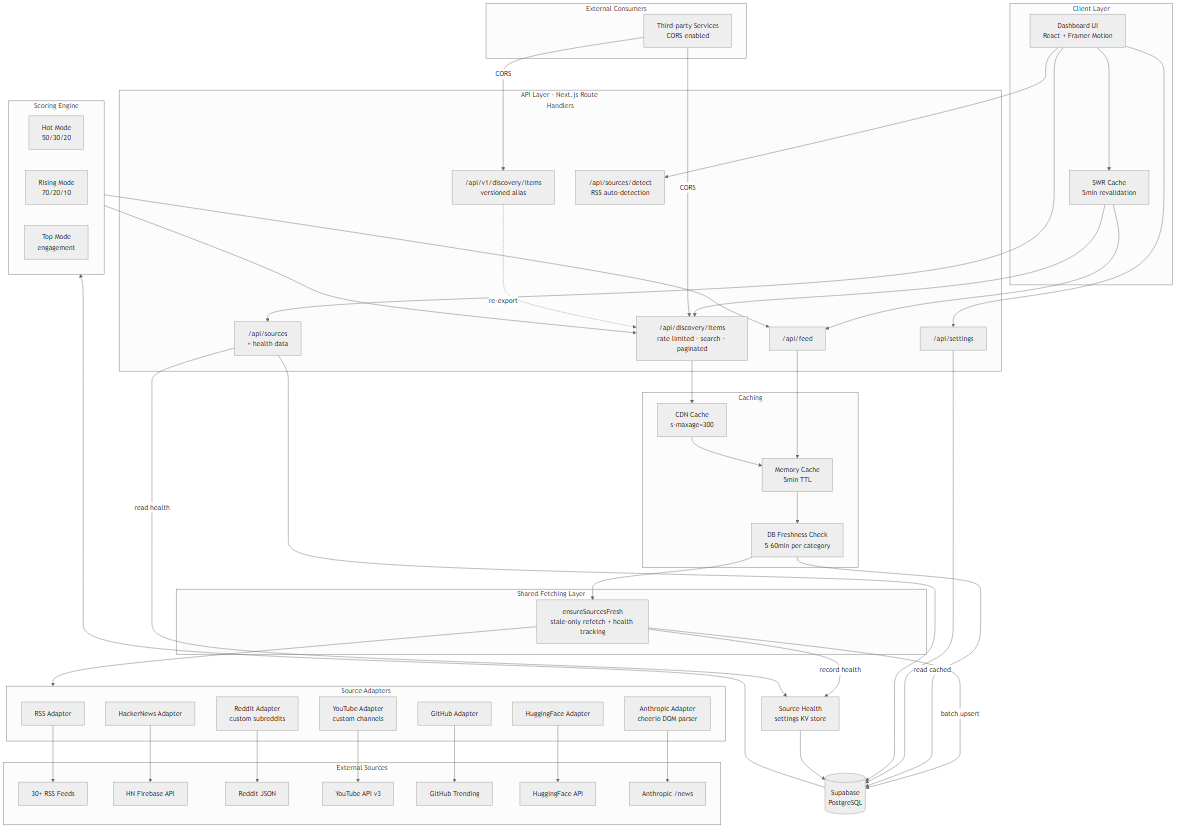
yairbederman/AI-Trends-Dashboard keeps this Mermaid diagram as docs/architecture.png. Above is the earlier version. Its source is kept beside it as docs/architecture.mmd.
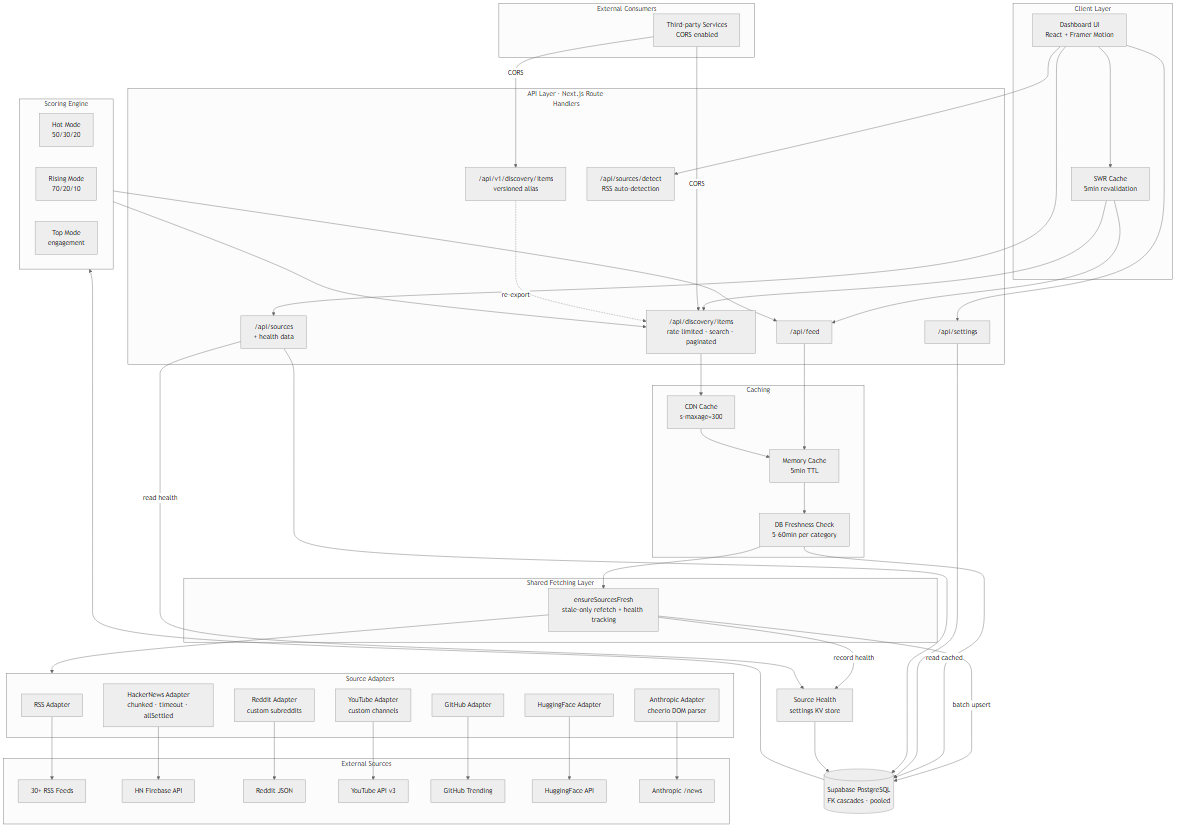
After the commit.

The edit, as a diff of the source:
```diff
@@ -29,7 +29,7 @@
 
     subgraph Adapters["Source Adapters"]
         RSS[RSS Adapter]
-        HN[HackerNews Adapter]
+        HN[HackerNews Adapter<br/>chunked · timeout · allSettled]
         Reddit[Reddit Adapter<br/>custom subreddits]
         YT[YouTube Adapter<br/>custom channels]
         GH[GitHub Adapter]
@@ -53,7 +53,7 @@
         AnthNews[Anthropic /news]
     end
 
-    DB[(Supabase<br/>PostgreSQL)]
+    DB[(Supabase PostgreSQL<br/>FK cascades · pooled)]
     Health[Source Health<br/>settings KV store]
 
     UI --> SWR
```
